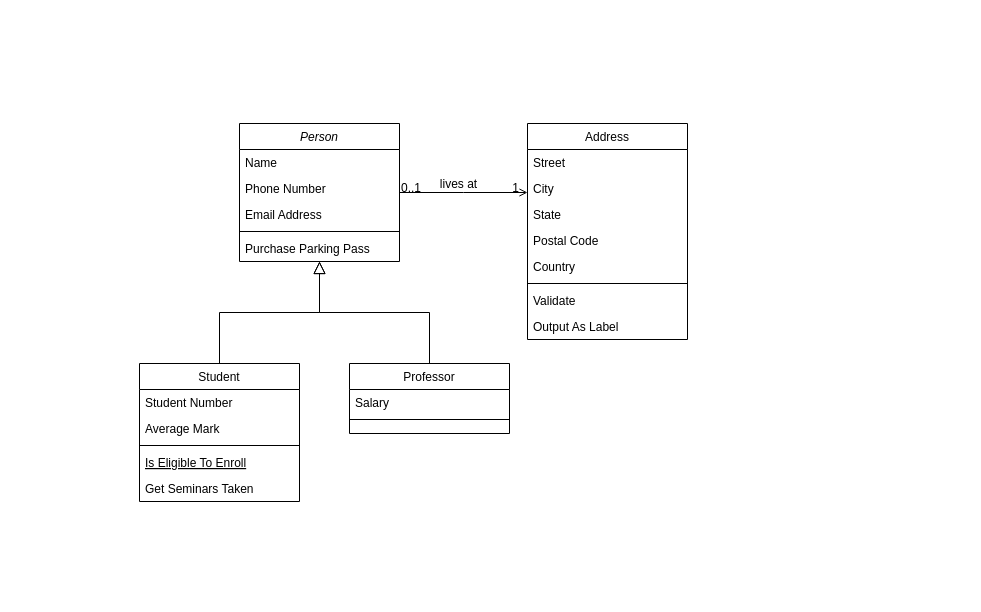
Earlier version of the draw.io diagram Diagrama sin título.drawio (ayerenmartinez/curso-programacion-java). Source tidied: cells renumbered, new cells numbered last; positions are measured from the earlier drawing's top-left corner, leaving out a move shared by most shapes. Both pictures are drawn from the tidied source at 100%, with x=0, y=0 at pixel (139, 123).
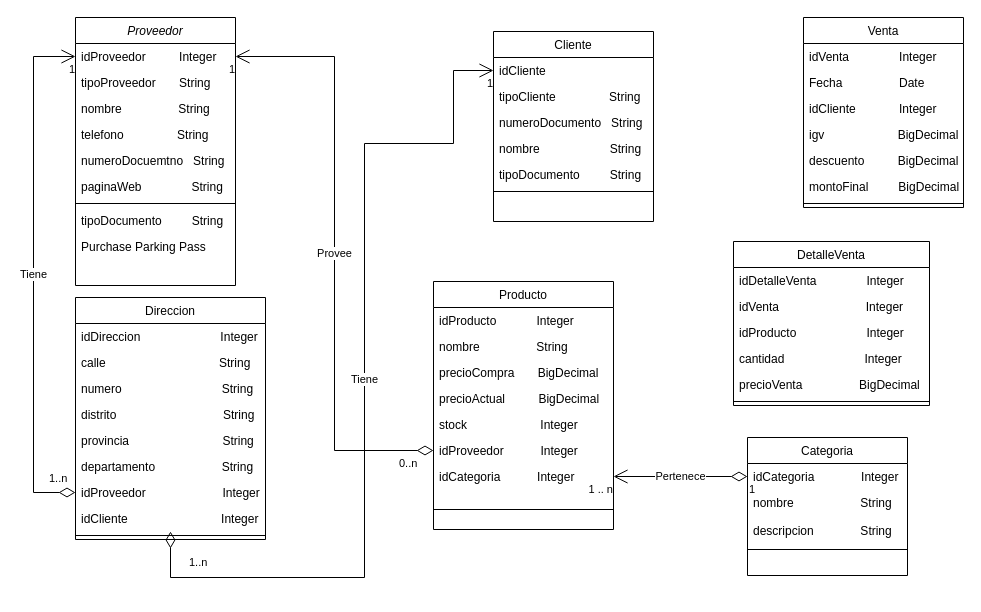
The same diagram, later.

Change to the diagram source:
```diff
@@
-    <mxCell id="2" value="Person" style="swimlane;fontStyle=2;align=center;verticalAlign=top;horizontal=1;startSize=26;rounded=0;shadow=0;strokeWidth=1;" parent="1" vertex="1">
-      <mxGeometry x="100" width="160" height="138" as="geometry" />
+    <mxCell id="2" value="Proveedor" style="swimlane;fontStyle=2;align=center;verticalAlign=top;horizontal=1;startSize=26;rounded=0;shadow=0;strokeWidth=1;" parent="1" vertex="1">
+      <mxGeometry x="-64" y="-106" width="160" height="268" as="geometry" />
     </mxCell>
-    <mxCell id="3" value="Name" style="text;align=left;verticalAlign=top;spacingLeft=4;spacingRight=4;overflow=hidden;points=[[0,0.5],[1,0.5]];portConstraint=eastwest;" parent="2" vertex="1">
+    <mxCell id="3" value="idProveedor          Integer" style="text;align=left;verticalAlign=top;spacingLeft=4;spacingRight=4;overflow=hidden;points=[[0,0.5],[1,0.5]];portConstraint=eastwest;" parent="2" vertex="1">
       <mxGeometry y="26" width="160" height="26" as="geometry" />
     </mxCell>
-    <mxCell id="4" value="Phone Number" style="text;align=left;verticalAlign=top;spacingLeft=4;spacingRight=4;overflow=hidden;rounded=0;shadow=0;html=0;" parent="2" vertex="1">
+    <mxCell id="4" value="tipoProveedor       String" style="text;align=left;verticalAlign=top;spacingLeft=4;spacingRight=4;overflow=hidden;rounded=0;shadow=0;html=0;" parent="2" vertex="1">
       <mxGeometry y="52" width="160" height="26" as="geometry" />
     </mxCell>
-    <mxCell id="5" value="Email Address" style="text;align=left;verticalAlign=top;spacingLeft=4;spacingRight=4;overflow=hidden;rounded=0;shadow=0;html=0;" parent="2" vertex="1">
+    <mxCell id="5" value="nombre                 String" style="text;align=left;verticalAlign=top;spacingLeft=4;spacingRight=4;overflow=hidden;rounded=0;shadow=0;html=0;" parent="2" vertex="1">
       <mxGeometry y="78" width="160" height="26" as="geometry" />
     </mxCell>
+    <mxCell id="32" value="telefono                String" style="text;align=left;verticalAlign=top;spacingLeft=4;spacingRight=4;overflow=hidden;rounded=0;shadow=0;html=0;" parent="2" vertex="1">
+      <mxGeometry y="104" width="160" height="26" as="geometry" />
+    </mxCell>
+    <mxCell id="33" value="numeroDocuemtno   String" style="text;align=left;verticalAlign=top;spacingLeft=4;spacingRight=4;overflow=hidden;rounded=0;shadow=0;html=0;" parent="2" vertex="1">
+      <mxGeometry y="130" width="160" height="26" as="geometry" />
+    </mxCell>
+    <mxCell id="34" value="paginaWeb               String" style="text;align=left;verticalAlign=top;spacingLeft=4;spacingRight=4;overflow=hidden;rounded=0;shadow=0;html=0;" parent="2" vertex="1">
+      <mxGeometry y="156" width="160" height="26" as="geometry" />
+    </mxCell>
     <mxCell id="6" style="line;html=1;strokeWidth=1;align=left;verticalAlign=middle;spacingTop=-1;spacingLeft=3;spacingRight=3;labelPosition=right;" parent="2" vertex="1">
-      <mxGeometry y="104" width="160" height="8" as="geometry" />
+      <mxGeometry y="182" width="160" height="8" as="geometry" />
     </mxCell>
+    <mxCell id="35" value="tipoDocumento         String" style="text;align=left;verticalAlign=top;spacingLeft=4;spacingRight=4;overflow=hidden;rounded=0;shadow=0;html=0;" parent="2" vertex="1">
+      <mxGeometry y="190" width="160" height="26" as="geometry" />
+    </mxCell>
     <mxCell id="7" value="Purchase Parking Pass" style="text;align=left;verticalAlign=top;spacingLeft=4;spacingRight=4;overflow=hidden;" parent="2" vertex="1">
-      <mxGeometry y="112" width="160" height="26" as="geometry" />
+      <mxGeometry y="216" width="160" height="26" as="geometry" />
     </mxCell>
-    <mxCell id="8" value="Student" style="swimlane;fontStyle=0;align=center;verticalAlign=top;horizontal=1;startSize=26;rounded=0;shadow=0;strokeWidth=1;" parent="1" vertex="1">
-      <mxGeometry y="240" width="160" height="138" as="geometry" />
+    <mxCell id="8" value="Venta" style="swimlane;fontStyle=0;align=center;verticalAlign=top;horizontal=1;startSize=26;rounded=0;shadow=0;strokeWidth=1;" parent="1" vertex="1">
+      <mxGeometry x="664" y="-106" width="160" height="190" as="geometry" />
     </mxCell>
-    <mxCell id="9" value="Student Number" style="text;align=left;verticalAlign=top;spacingLeft=4;spacingRight=4;overflow=hidden;" parent="8" vertex="1">
+    <mxCell id="9" value="idVenta               Integer" style="text;align=left;verticalAlign=top;spacingLeft=4;spacingRight=4;overflow=hidden;" parent="8" vertex="1">
       <mxGeometry y="26" width="160" height="26" as="geometry" />
     </mxCell>
-    <mxCell id="10" value="Average Mark" style="text;align=left;verticalAlign=top;spacingLeft=4;spacingRight=4;overflow=hidden;rounded=0;shadow=0;html=0;" parent="8" vertex="1">
+    <mxCell id="10" value="Fecha                 Date" style="text;align=left;verticalAlign=top;spacingLeft=4;spacingRight=4;overflow=hidden;rounded=0;shadow=0;html=0;" parent="8" vertex="1">
       <mxGeometry y="52" width="160" height="26" as="geometry" />
     </mxCell>
+    <mxCell id="36" value="idCliente             Integer" style="text;align=left;verticalAlign=top;spacingLeft=4;spacingRight=4;overflow=hidden;rounded=0;shadow=0;html=0;" parent="8" vertex="1">
+      <mxGeometry y="78" width="160" height="26" as="geometry" />
+    </mxCell>
+    <mxCell id="37" value="igv                      BigDecimal" style="text;align=left;verticalAlign=top;spacingLeft=4;spacingRight=4;overflow=hidden;rounded=0;shadow=0;html=0;" parent="8" vertex="1">
+      <mxGeometry y="104" width="160" height="26" as="geometry" />
+    </mxCell>
+    <mxCell id="38" value="descuento          BigDecimal" style="text;align=left;verticalAlign=top;spacingLeft=4;spacingRight=4;overflow=hidden;rounded=0;shadow=0;html=0;" parent="8" vertex="1">
+      <mxGeometry y="130" width="160" height="26" as="geometry" />
+    </mxCell>
+    <mxCell id="39" value="montoFinal         BigDecimal" style="text;align=left;verticalAlign=top;spacingLeft=4;spacingRight=4;overflow=hidden;rounded=0;shadow=0;html=0;" parent="8" vertex="1">
+      <mxGeometry y="156" width="160" height="26" as="geometry" />
+    </mxCell>
     <mxCell id="11" style="line;html=1;strokeWidth=1;align=left;verticalAlign=middle;spacingTop=-1;spacingLeft=3;spacingRight=3;labelPosition=right;" parent="8" vertex="1">
-      <mxGeometry y="78" width="160" height="8" as="geometry" />
+      <mxGeometry y="182" width="160" height="8" as="geometry" />
     </mxCell>
-    <mxCell id="12" value="Is Eligible To Enroll" style="text;align=left;verticalAlign=top;spacingLeft=4;spacingRight=4;overflow=hidden;fontStyle=4;" parent="8" vertex="1">
-      <mxGeometry y="86" width="160" height="26" as="geometry" />
-    </mxCell>
-    <mxCell id="13" value="Get Seminars Taken" style="text;align=left;verticalAlign=top;spacingLeft=4;spacingRight=4;overflow=hidden;" parent="8" vertex="1">
-      <mxGeometry y="112" width="160" height="26" as="geometry" />
-    </mxCell>
-    <mxCell id="14" style="endArrow=block;endSize=10;endFill=0;shadow=0;strokeWidth=1;rounded=0;edgeStyle=elbowEdgeStyle;elbow=vertical;" parent="1" edge="1" source="8" target="2">
-      <mxGeometry relative="1" as="geometry" />
-    </mxCell>
-    <mxCell id="15" value="Professor" style="swimlane;fontStyle=0;align=center;verticalAlign=top;horizontal=1;startSize=26;rounded=0;shadow=0;strokeWidth=1;" parent="1" vertex="1">
-      <mxGeometry x="210" y="240" width="160" height="70" as="geometry" />
+    <mxCell id="15" value="Producto" style="swimlane;fontStyle=0;align=center;verticalAlign=top;horizontal=1;startSize=26;rounded=0;shadow=0;strokeWidth=1;" parent="1" vertex="1">
+      <mxGeometry x="294" y="158" width="180" height="248" as="geometry" />
     </mxCell>
-    <mxCell id="16" value="Salary" style="text;align=left;verticalAlign=top;spacingLeft=4;spacingRight=4;overflow=hidden;" parent="15" vertex="1">
-      <mxGeometry y="26" width="160" height="26" as="geometry" />
+    <mxCell id="16" value="idProducto            Integer" style="text;align=left;verticalAlign=top;spacingLeft=4;spacingRight=4;overflow=hidden;" parent="15" vertex="1">
+      <mxGeometry y="26" width="180" height="26" as="geometry" />
     </mxCell>
+    <mxCell id="40" value="nombre                 String" style="text;align=left;verticalAlign=top;spacingLeft=4;spacingRight=4;overflow=hidden;" parent="15" vertex="1">
+      <mxGeometry y="52" width="180" height="26" as="geometry" />
+    </mxCell>
+    <mxCell id="41" value="precioCompra       BigDecimal" style="text;align=left;verticalAlign=top;spacingLeft=4;spacingRight=4;overflow=hidden;" parent="15" vertex="1">
+      <mxGeometry y="78" width="180" height="26" as="geometry" />
+    </mxCell>
+    <mxCell id="42" value="precioActual          BigDecimal" style="text;align=left;verticalAlign=top;spacingLeft=4;spacingRight=4;overflow=hidden;" parent="15" vertex="1">
+      <mxGeometry y="104" width="180" height="26" as="geometry" />
+    </mxCell>
+    <mxCell id="43" value="stock                      Integer" style="text;align=left;verticalAlign=top;spacingLeft=4;spacingRight=4;overflow=hidden;" parent="15" vertex="1">
+      <mxGeometry y="130" width="180" height="26" as="geometry" />
+    </mxCell>
+    <mxCell id="44" value="idProveedor           Integer" style="text;align=left;verticalAlign=top;spacingLeft=4;spacingRight=4;overflow=hidden;points=[[0,0.5],[1,0.5]];portConstraint=eastwest;" parent="15" vertex="1">
+      <mxGeometry y="156" width="180" height="26" as="geometry" />
+    </mxCell>
+    <mxCell id="45" value="idCategoria           Integer" style="text;align=left;verticalAlign=top;spacingLeft=4;spacingRight=4;overflow=hidden;points=[[0,0.5],[1,0.5]];portConstraint=eastwest;" parent="15" vertex="1">
+      <mxGeometry y="182" width="180" height="26" as="geometry" />
+    </mxCell>
     <mxCell id="17" style="line;html=1;strokeWidth=1;align=left;verticalAlign=middle;spacingTop=-1;spacingLeft=3;spacingRight=3;labelPosition=right;" parent="15" vertex="1">
-      <mxGeometry y="52" width="160" height="8" as="geometry" />
+      <mxGeometry y="208" width="180" height="40" as="geometry" />
     </mxCell>
-    <mxCell id="18" style="endArrow=block;endSize=10;endFill=0;shadow=0;strokeWidth=1;rounded=0;edgeStyle=elbowEdgeStyle;elbow=vertical;" parent="1" edge="1" source="15" target="2">
-      <mxGeometry relative="1" as="geometry" />
-    </mxCell>
-    <mxCell id="19" value="Address" style="swimlane;fontStyle=0;align=center;verticalAlign=top;horizontal=1;startSize=26;rounded=0;shadow=0;strokeWidth=1;" parent="1" vertex="1">
-      <mxGeometry x="388" width="160" height="216" as="geometry" />
+    <mxCell id="19" value="Cliente" style="swimlane;fontStyle=0;align=center;verticalAlign=top;horizontal=1;startSize=26;rounded=0;shadow=0;strokeWidth=1;" parent="1" vertex="1">
+      <mxGeometry x="354" y="-92" width="160" height="190" as="geometry" />
     </mxCell>
-    <mxCell id="20" value="Street" style="text;align=left;verticalAlign=top;spacingLeft=4;spacingRight=4;overflow=hidden;points=[[0,0.5],[1,0.5]];portConstraint=eastwest;" parent="19" vertex="1">
+    <mxCell id="20" value="idCliente" style="text;align=left;verticalAlign=top;spacingLeft=4;spacingRight=4;overflow=hidden;points=[[0,0.5],[1,0.5]];portConstraint=eastwest;" parent="19" vertex="1">
       <mxGeometry y="26" width="160" height="26" as="geometry" />
     </mxCell>
-    <mxCell id="21" value="City" style="text;align=left;verticalAlign=top;spacingLeft=4;spacingRight=4;overflow=hidden;rounded=0;shadow=0;html=0;" parent="19" vertex="1">
+    <mxCell id="21" value="tipoCliente                String" style="text;align=left;verticalAlign=top;spacingLeft=4;spacingRight=4;overflow=hidden;rounded=0;shadow=0;html=0;" parent="19" vertex="1">
       <mxGeometry y="52" width="160" height="26" as="geometry" />
     </mxCell>
-    <mxCell id="22" value="State" style="text;align=left;verticalAlign=top;spacingLeft=4;spacingRight=4;overflow=hidden;rounded=0;shadow=0;html=0;" parent="19" vertex="1">
+    <mxCell id="22" value="numeroDocumento   String" style="text;align=left;verticalAlign=top;spacingLeft=4;spacingRight=4;overflow=hidden;rounded=0;shadow=0;html=0;" parent="19" vertex="1">
       <mxGeometry y="78" width="160" height="26" as="geometry" />
     </mxCell>
-    <mxCell id="23" value="Postal Code" style="text;align=left;verticalAlign=top;spacingLeft=4;spacingRight=4;overflow=hidden;rounded=0;shadow=0;html=0;" parent="19" vertex="1">
+    <mxCell id="23" value="nombre                     String" style="text;align=left;verticalAlign=top;spacingLeft=4;spacingRight=4;overflow=hidden;rounded=0;shadow=0;html=0;" parent="19" vertex="1">
       <mxGeometry y="104" width="160" height="26" as="geometry" />
     </mxCell>
-    <mxCell id="24" value="Country" style="text;align=left;verticalAlign=top;spacingLeft=4;spacingRight=4;overflow=hidden;rounded=0;shadow=0;html=0;" parent="19" vertex="1">
+    <mxCell id="24" value="tipoDocumento         String" style="text;align=left;verticalAlign=top;spacingLeft=4;spacingRight=4;overflow=hidden;rounded=0;shadow=0;html=0;" parent="19" vertex="1">
       <mxGeometry y="130" width="160" height="26" as="geometry" />
     </mxCell>
@@
-    <mxCell id="26" value="Validate" style="text;align=left;verticalAlign=top;spacingLeft=4;spacingRight=4;overflow=hidden;" parent="19" vertex="1">
-      <mxGeometry y="164" width="160" height="26" as="geometry" />
-    </mxCell>
-    <mxCell id="27" value="Output As Label" style="text;align=left;verticalAlign=top;spacingLeft=4;spacingRight=4;overflow=hidden;" parent="19" vertex="1">
-      <mxGeometry y="190" width="160" height="26" as="geometry" />
-    </mxCell>
-    <mxCell id="28" style="endArrow=open;shadow=0;strokeWidth=1;rounded=0;endFill=1;edgeStyle=elbowEdgeStyle;elbow=vertical;" parent="1" edge="1" source="2" target="19">
-      <mxGeometry x="0.5" y="41" relative="1" as="geometry">
-        <mxPoint x="-40" y="32" as="offset" />
-      </mxGeometry>
-    </mxCell>
-    <mxCell id="29" value="0..1" style="align=left;verticalAlign=bottom;labelBackgroundColor=none;fontSize=12;" parent="28" vertex="1">
-      <mxGeometry x="-1" relative="1" as="geometry">
-        <mxPoint y="4" as="offset" />
-      </mxGeometry>
-    </mxCell>
-    <mxCell id="30" value="1" style="align=right;verticalAlign=bottom;labelBackgroundColor=none;fontSize=12;" parent="28" vertex="1">
-      <mxGeometry x="1" relative="1" as="geometry">
-        <mxPoint x="-7" y="4" as="offset" />
-      </mxGeometry>
-    </mxCell>
-    <mxCell id="31" value="lives at" style="text;html=1;align=center;verticalAlign=middle;labelBackgroundColor=none;rounded=0;shadow=0;strokeWidth=1;fontSize=12;" parent="28" vertex="1">
-      <mxGeometry x="0.5" y="49" relative="1" as="geometry">
-        <mxPoint x="-38" y="40" as="offset" />
-      </mxGeometry>
-    </mxCell>
+    <mxCell id="46" value="Direccion" style="swimlane;fontStyle=0;align=center;verticalAlign=top;horizontal=1;startSize=26;rounded=0;shadow=0;strokeWidth=1;" parent="1" vertex="1">
+      <mxGeometry x="-64" y="174" width="190" height="242" as="geometry" />
+    </mxCell>
+    <mxCell id="47" value="idDireccion                        Integer" style="text;align=left;verticalAlign=top;spacingLeft=4;spacingRight=4;overflow=hidden;" parent="46" vertex="1">
+      <mxGeometry y="26" width="190" height="26" as="geometry" />
+    </mxCell>
+    <mxCell id="48" value="calle                                  String" style="text;align=left;verticalAlign=top;spacingLeft=4;spacingRight=4;overflow=hidden;" parent="46" vertex="1">
+      <mxGeometry y="52" width="190" height="26" as="geometry" />
+    </mxCell>
+    <mxCell id="49" value="numero                              String" style="text;align=left;verticalAlign=top;spacingLeft=4;spacingRight=4;overflow=hidden;" parent="46" vertex="1">
+      <mxGeometry y="78" width="190" height="26" as="geometry" />
+    </mxCell>
+    <mxCell id="50" value="distrito                                String" style="text;align=left;verticalAlign=top;spacingLeft=4;spacingRight=4;overflow=hidden;" parent="46" vertex="1">
+      <mxGeometry y="104" width="190" height="26" as="geometry" />
+    </mxCell>
+    <mxCell id="51" value="provincia                            String" style="text;align=left;verticalAlign=top;spacingLeft=4;spacingRight=4;overflow=hidden;" parent="46" vertex="1">
+      <mxGeometry y="130" width="190" height="26" as="geometry" />
+    </mxCell>
+    <mxCell id="52" value="departamento                    String" style="text;align=left;verticalAlign=top;spacingLeft=4;spacingRight=4;overflow=hidden;" parent="46" vertex="1">
+      <mxGeometry y="156" width="190" height="26" as="geometry" />
+    </mxCell>
+    <mxCell id="53" value="idProveedor                       Integer" style="text;align=left;verticalAlign=top;spacingLeft=4;spacingRight=4;overflow=hidden;points=[[0,0.5],[1,0.5]];portConstraint=eastwest;" parent="46" vertex="1">
+      <mxGeometry y="182" width="190" height="26" as="geometry" />
+    </mxCell>
+    <mxCell id="54" value="idCliente                            Integer" style="text;align=left;verticalAlign=top;spacingLeft=4;spacingRight=4;overflow=hidden;points=[[0,0.5],[1,0.5]];portConstraint=eastwest;" parent="46" vertex="1">
+      <mxGeometry y="208" width="190" height="26" as="geometry" />
+    </mxCell>
+    <mxCell id="55" style="line;html=1;strokeWidth=1;align=left;verticalAlign=middle;spacingTop=-1;spacingLeft=3;spacingRight=3;labelPosition=right;" parent="46" vertex="1">
+      <mxGeometry y="234" width="190" height="8" as="geometry" />
+    </mxCell>
+    <mxCell id="56" value="Provee" style="endArrow=open;html=1;endSize=12;startArrow=diamondThin;startSize=14;startFill=0;edgeStyle=orthogonalEdgeStyle;rounded=0;" parent="1" edge="1" source="44" target="3">
+      <mxGeometry relative="1" as="geometry" />
+    </mxCell>
+    <mxCell id="57" value="0..n" style="edgeLabel;html=1;align=left;verticalAlign=top;" parent="56" vertex="1">
+      <mxGeometry x="-1" relative="1" as="geometry">
+        <mxPoint x="-36" as="offset" />
+      </mxGeometry>
+    </mxCell>
+    <mxCell id="58" value="1" style="edgeLabel;html=1;align=right;verticalAlign=top;" parent="56" vertex="1">
+      <mxGeometry x="1" relative="1" as="geometry" />
+    </mxCell>
+    <mxCell id="59" value="Categoria" style="swimlane;fontStyle=0;align=center;verticalAlign=top;horizontal=1;startSize=26;rounded=0;shadow=0;strokeWidth=1;" parent="1" vertex="1">
+      <mxGeometry x="608" y="314" width="160" height="138" as="geometry" />
+    </mxCell>
+    <mxCell id="60" value="idCategoria              Integer" style="text;align=left;verticalAlign=top;spacingLeft=4;spacingRight=4;overflow=hidden;points=[[0,0.5],[1,0.5]];portConstraint=eastwest;" parent="59" vertex="1">
+      <mxGeometry y="26" width="160" height="26" as="geometry" />
+    </mxCell>
+    <mxCell id="61" value="nombre                    String" style="text;align=left;verticalAlign=top;spacingLeft=4;spacingRight=4;overflow=hidden;rounded=0;shadow=0;html=0;" parent="59" vertex="1">
+      <mxGeometry y="52" width="160" height="28" as="geometry" />
+    </mxCell>
+    <mxCell id="62" value="descripcion              String" style="text;align=left;verticalAlign=top;spacingLeft=4;spacingRight=4;overflow=hidden;rounded=0;shadow=0;html=0;" parent="59" vertex="1">
+      <mxGeometry y="80" width="160" height="28" as="geometry" />
+    </mxCell>
+    <mxCell id="63" style="line;html=1;strokeWidth=1;align=left;verticalAlign=middle;spacingTop=-1;spacingLeft=3;spacingRight=3;labelPosition=right;" parent="59" vertex="1">
+      <mxGeometry y="108" width="160" height="8" as="geometry" />
+    </mxCell>
+    <mxCell id="64" value="Pertenece" style="endArrow=open;html=1;endSize=12;startArrow=diamondThin;startSize=14;startFill=0;edgeStyle=orthogonalEdgeStyle;rounded=0;" parent="1" edge="1" source="60" target="45">
+      <mxGeometry relative="1" as="geometry" />
+    </mxCell>
+    <mxCell id="65" value="1" style="edgeLabel;html=1;align=left;verticalAlign=top;" parent="64" vertex="1">
+      <mxGeometry x="-1" relative="1" as="geometry" />
+    </mxCell>
+    <mxCell id="66" value="1 .. n" style="edgeLabel;html=1;align=right;verticalAlign=top;" parent="64" vertex="1">
+      <mxGeometry x="1" relative="1" as="geometry" />
+    </mxCell>
+    <mxCell id="67" value="Tiene" style="endArrow=open;html=1;endSize=12;startArrow=diamondThin;startSize=14;startFill=0;edgeStyle=orthogonalEdgeStyle;rounded=0;entryX=0;entryY=0.5;entryDx=0;entryDy=0;" parent="1" edge="1" source="53" target="3">
+      <mxGeometry relative="1" as="geometry">
+        <Array as="points">
+          <mxPoint x="-106" y="369" />
+          <mxPoint x="-106" y="-67" />
+        </Array>
+      </mxGeometry>
+    </mxCell>
+    <mxCell id="68" value="1..n" style="edgeLabel;html=1;align=left;verticalAlign=top;" parent="67" vertex="1">
+      <mxGeometry x="-1" relative="1" as="geometry">
+        <mxPoint x="-28" y="-27" as="offset" />
+      </mxGeometry>
+    </mxCell>
+    <mxCell id="69" value="1" style="edgeLabel;html=1;align=right;verticalAlign=top;" parent="67" vertex="1">
+      <mxGeometry x="1" relative="1" as="geometry" />
+    </mxCell>
+    <mxCell id="70" value="Tiene" style="endArrow=open;html=1;endSize=12;startArrow=diamondThin;startSize=14;startFill=0;edgeStyle=orthogonalEdgeStyle;rounded=0;" parent="1" edge="1" source="54" target="20">
+      <mxGeometry relative="1" as="geometry">
+        <Array as="points">
+          <mxPoint x="31" y="454" />
+          <mxPoint x="225" y="454" />
+          <mxPoint x="225" y="20" />
+          <mxPoint x="314" y="20" />
+          <mxPoint x="314" y="-53" />
+        </Array>
+      </mxGeometry>
+    </mxCell>
+    <mxCell id="71" value="1..n" style="edgeLabel;html=1;align=left;verticalAlign=top;" parent="70" vertex="1">
+      <mxGeometry x="-1" relative="1" as="geometry">
+        <mxPoint x="17" y="18" as="offset" />
+      </mxGeometry>
+    </mxCell>
+    <mxCell id="72" value="1" style="edgeLabel;html=1;align=right;verticalAlign=top;" parent="70" vertex="1">
+      <mxGeometry x="1" relative="1" as="geometry" />
+    </mxCell>
+    <mxCell id="73" value="DetalleVenta" style="swimlane;fontStyle=0;align=center;verticalAlign=top;horizontal=1;startSize=26;rounded=0;shadow=0;strokeWidth=1;" parent="1" vertex="1">
+      <mxGeometry x="594" y="118" width="196" height="164" as="geometry" />
+    </mxCell>
+    <mxCell id="74" value="idDetalleVenta               Integer" style="text;align=left;verticalAlign=top;spacingLeft=4;spacingRight=4;overflow=hidden;" parent="73" vertex="1">
+      <mxGeometry y="26" width="196" height="26" as="geometry" />
+    </mxCell>
+    <mxCell id="75" value="idVenta                          Integer" style="text;align=left;verticalAlign=top;spacingLeft=4;spacingRight=4;overflow=hidden;rounded=0;shadow=0;html=0;" parent="73" vertex="1">
+      <mxGeometry y="52" width="196" height="26" as="geometry" />
+    </mxCell>
+    <mxCell id="76" value="idProducto                     Integer" style="text;align=left;verticalAlign=top;spacingLeft=4;spacingRight=4;overflow=hidden;rounded=0;shadow=0;html=0;" parent="73" vertex="1">
+      <mxGeometry y="78" width="196" height="26" as="geometry" />
+    </mxCell>
+    <mxCell id="77" value="cantidad                        Integer" style="text;align=left;verticalAlign=top;spacingLeft=4;spacingRight=4;overflow=hidden;rounded=0;shadow=0;html=0;" parent="73" vertex="1">
+      <mxGeometry y="104" width="196" height="26" as="geometry" />
+    </mxCell>
+    <mxCell id="78" value="precioVenta                 BigDecimal" style="text;align=left;verticalAlign=top;spacingLeft=4;spacingRight=4;overflow=hidden;rounded=0;shadow=0;html=0;" parent="73" vertex="1">
+      <mxGeometry y="130" width="196" height="26" as="geometry" />
+    </mxCell>
+    <mxCell id="79" style="line;html=1;strokeWidth=1;align=left;verticalAlign=middle;spacingTop=-1;spacingLeft=3;spacingRight=3;labelPosition=right;" parent="73" vertex="1">
+      <mxGeometry y="156" width="196" height="8" as="geometry" />
+    </mxCell>
```
